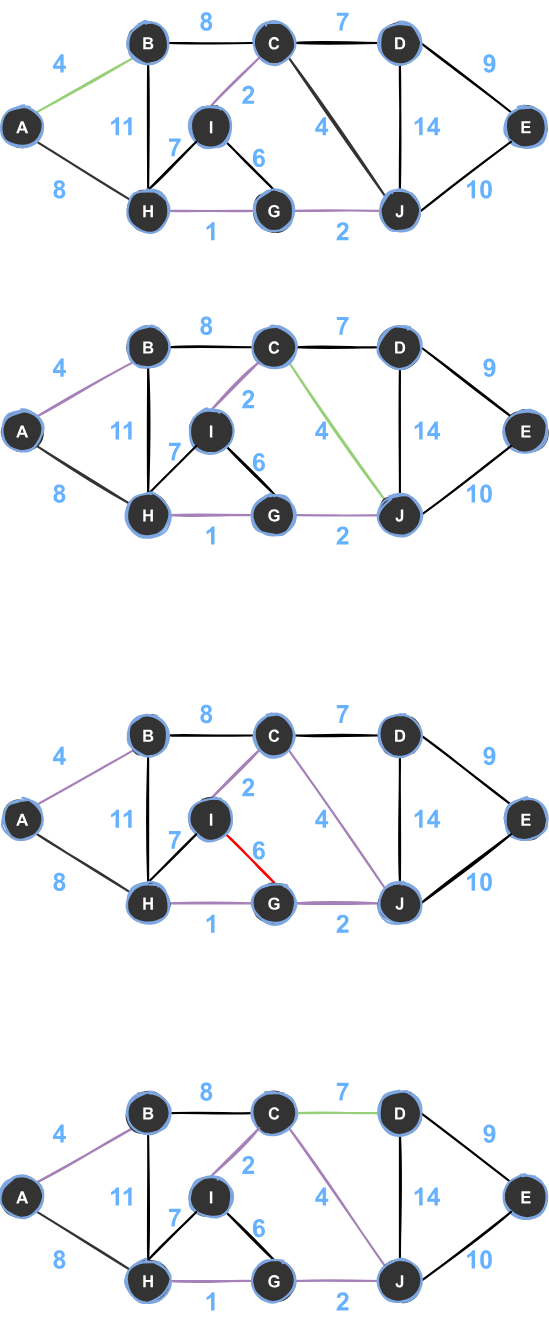
This is content/asa/assets/0006-kruskal-exemplo-4.svg from leic-pt/resumos-leic, a draw.io export, as it was before one commit. Source tidied: cells renumbered, new cells last; positions are measured from the earlier drawing's top-left corner, leaving out a move shared by most shapes.
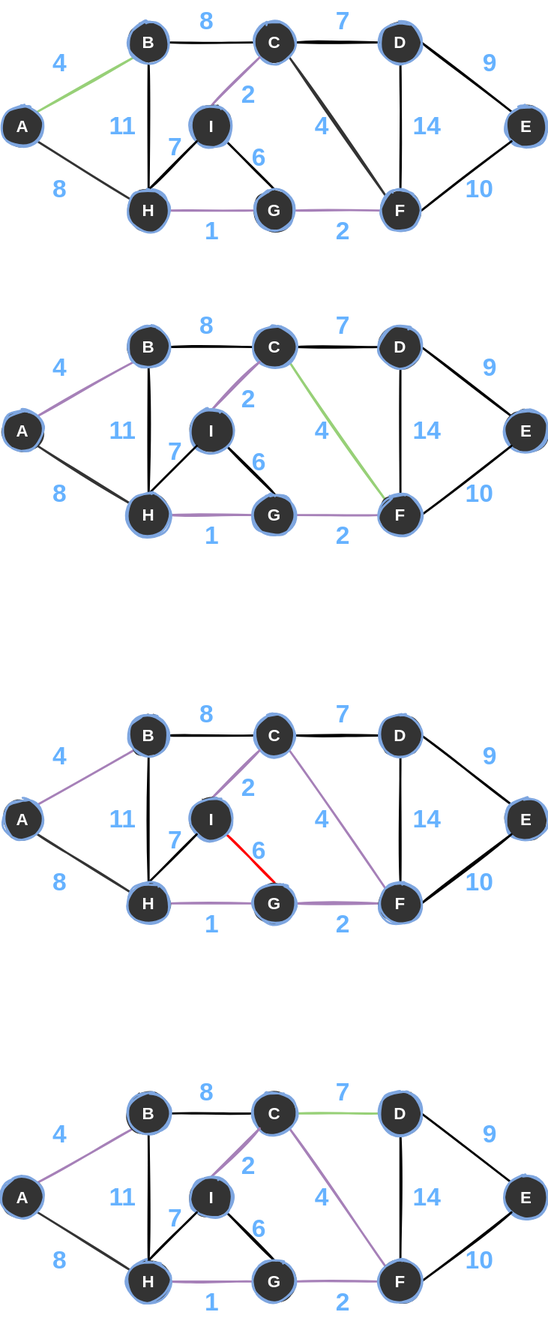
After the commit.

Commit message:
[ASA] Fix typo on Kruskal's example (#945)

What changed in the source:
```diff
@@ -68,7 +68,7 @@
     <mxCell id="23" style="edgeStyle=none;rounded=0;sketch=1;jettySize=auto;html=1;exitX=1;exitY=0.5;exitDx=0;exitDy=0;entryX=0;entryY=1;entryDx=0;entryDy=0;fontSize=16;endArrow=none;endFill=0;strokeWidth=2;" parent="1" edge="1" source="24" target="14">
       <mxGeometry relative="1" as="geometry" />
     </mxCell>
-    <mxCell id="24" value="J" style="ellipse;whiteSpace=wrap;html=1;sketch=1;strokeWidth=2;fillColor=#333333;fontStyle=1;fontSize=16;fontColor=#ffffff;strokeColor=#7EA6E0;fillStyle=solid;" parent="1" vertex="1">
+    <mxCell id="24" value="F" style="ellipse;whiteSpace=wrap;html=1;sketch=1;strokeWidth=2;fillColor=#333333;fontStyle=1;fontSize=16;fontColor=#ffffff;strokeColor=#7EA6E0;fillStyle=solid;" parent="1" vertex="1">
       <mxGeometry x="360" y="180" width="40" height="40" as="geometry" />
     </mxCell>
     <mxCell id="25" value="4" style="text;strokeColor=none;fillColor=none;html=1;fontSize=24;fontStyle=1;verticalAlign=middle;align=center;fontFamily=Helvetica;fontColor=#66B2FF;" parent="1" vertex="1">
@@ -179,7 +179,7 @@
     <mxCell id="60" style="edgeStyle=none;rounded=0;sketch=1;jettySize=auto;html=1;exitX=1;exitY=0.5;exitDx=0;exitDy=0;entryX=0;entryY=1;entryDx=0;entryDy=0;fontSize=16;endArrow=none;endFill=0;strokeWidth=2;" parent="1" edge="1" source="61" target="51">
       <mxGeometry relative="1" as="geometry" />
     </mxCell>
-    <mxCell id="61" value="J" style="ellipse;whiteSpace=wrap;html=1;sketch=1;strokeWidth=2;fillColor=#333333;fontStyle=1;fontSize=16;fontColor=#ffffff;strokeColor=#7EA6E0;fillStyle=solid;" parent="1" vertex="1">
+    <mxCell id="61" value="F" style="ellipse;whiteSpace=wrap;html=1;sketch=1;strokeWidth=2;fillColor=#333333;fontStyle=1;fontSize=16;fontColor=#ffffff;strokeColor=#7EA6E0;fillStyle=solid;" parent="1" vertex="1">
       <mxGeometry x="360" y="470" width="40" height="40" as="geometry" />
     </mxCell>
     <mxCell id="62" value="4" style="text;strokeColor=none;fillColor=none;html=1;fontSize=24;fontStyle=1;verticalAlign=middle;align=center;fontFamily=Helvetica;fontColor=#66B2FF;" parent="1" vertex="1">
@@ -290,7 +290,7 @@
     <mxCell id="97" style="edgeStyle=none;rounded=0;sketch=1;jettySize=auto;html=1;exitX=1;exitY=0.5;exitDx=0;exitDy=0;entryX=0;entryY=1;entryDx=0;entryDy=0;fontSize=16;endArrow=none;endFill=0;strokeWidth=2;" parent="1" edge="1" source="98" target="88">
       <mxGeometry relative="1" as="geometry" />
     </mxCell>
-    <mxCell id="98" value="J" style="ellipse;whiteSpace=wrap;html=1;sketch=1;strokeWidth=2;fillColor=#333333;fontStyle=1;fontSize=16;fontColor=#ffffff;strokeColor=#7EA6E0;fillStyle=solid;" parent="1" vertex="1">
+    <mxCell id="98" value="F" style="ellipse;whiteSpace=wrap;html=1;sketch=1;strokeWidth=2;fillColor=#333333;fontStyle=1;fontSize=16;fontColor=#ffffff;strokeColor=#7EA6E0;fillStyle=solid;" parent="1" vertex="1">
       <mxGeometry x="360" y="1200" width="40" height="40" as="geometry" />
     </mxCell>
     <mxCell id="99" value="4" style="text;strokeColor=none;fillColor=none;html=1;fontSize=24;fontStyle=1;verticalAlign=middle;align=center;fontFamily=Helvetica;fontColor=#66B2FF;" parent="1" vertex="1">
@@ -401,7 +401,7 @@
     <mxCell id="134" style="edgeStyle=none;rounded=0;sketch=1;jettySize=auto;html=1;exitX=1;exitY=0.5;exitDx=0;exitDy=0;entryX=0;entryY=1;entryDx=0;entryDy=0;fontSize=16;endArrow=none;endFill=0;strokeWidth=2;" parent="1" edge="1" source="135" target="125">
       <mxGeometry relative="1" as="geometry" />
     </mxCell>
-    <mxCell id="135" value="J" style="ellipse;whiteSpace=wrap;html=1;sketch=1;strokeWidth=2;fillColor=#333333;fontStyle=1;fontSize=16;fontColor=#ffffff;strokeColor=#7EA6E0;fillStyle=solid;" parent="1" vertex="1">
+    <mxCell id="135" value="F" style="ellipse;whiteSpace=wrap;html=1;sketch=1;strokeWidth=2;fillColor=#333333;fontStyle=1;fontSize=16;fontColor=#ffffff;strokeColor=#7EA6E0;fillStyle=solid;" parent="1" vertex="1">
       <mxGeometry x="360" y="840" width="40" height="40" as="geometry" />
     </mxCell>
     <mxCell id="136" value="4" style="text;strokeColor=none;fillColor=none;html=1;fontSize=24;fontStyle=1;verticalAlign=middle;align=center;fontFamily=Helvetica;fontColor=#66B2FF;" parent="1" vertex="1">
```
